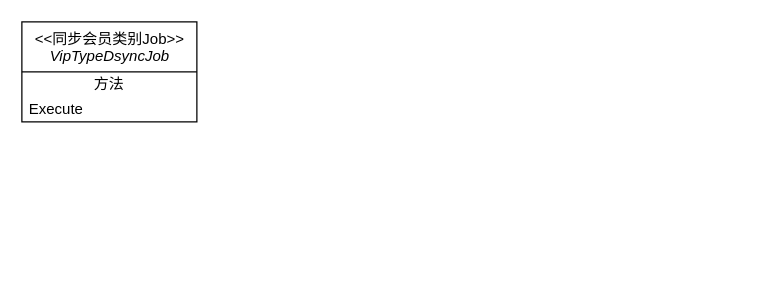
Above: Kemai/同步会员类别.drawio in noobwu/diagrams (draw.io), before the change. Source tidied: cells renumbered, new cells numbered last; positions are measured from the earlier drawing's top-left corner, leaving out a move shared by most shapes. Both pictures are drawn from the tidied source at 125%, with x=0, y=0 at pixel (21, 21).
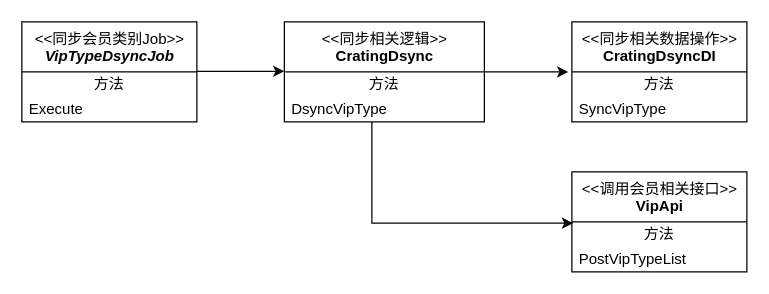
The same page after the edit.

Commit message (it also covers changes not shown here):
更新同步会员类别.drawio

The edit, as a diff of the source:
```diff
@@
-    <mxCell id="2" value="&amp;lt;&amp;lt;同步会员类别Job&amp;gt;&amp;gt;&lt;br&gt;&lt;span style=&quot;font-style: italic&quot;&gt;VipTypeDsyncJob&lt;/span&gt;" style="swimlane;fontStyle=0;align=center;verticalAlign=top;horizontal=1;startSize=40;html=1;" parent="1" vertex="1">
+    <mxCell id="2" value="&amp;lt;&amp;lt;同步会员类别Job&amp;gt;&amp;gt;&lt;br&gt;&lt;span style=&quot;font-style: italic&quot;&gt;&lt;b&gt;VipTypeDsyncJob&lt;/b&gt;&lt;/span&gt;" style="swimlane;fontStyle=0;align=center;verticalAlign=top;horizontal=1;startSize=40;html=1;" parent="1" vertex="1">
       <mxGeometry width="140" height="80" as="geometry" />
     </mxCell>
@@
+    <mxCell id="5" value="&amp;lt;&amp;lt;同步相关逻辑&amp;gt;&amp;gt;&lt;br&gt;&lt;b&gt;CratingDsync&lt;/b&gt;" style="swimlane;fontStyle=0;align=center;verticalAlign=top;horizontal=1;startSize=40;html=1;" parent="1" vertex="1">
+      <mxGeometry x="210" width="160" height="80" as="geometry" />
+    </mxCell>
+    <mxCell id="6" value="方法" style="text;html=1;strokeColor=none;fillColor=none;align=center;verticalAlign=middle;spacingLeft=4;spacingRight=4;overflow=hidden;" parent="5" vertex="1">
+      <mxGeometry y="40" width="160" height="20" as="geometry" />
+    </mxCell>
+    <mxCell id="7" value="DsyncVipType" style="text;html=1;strokeColor=none;fillColor=none;align=left;verticalAlign=middle;spacingLeft=4;spacingRight=4;overflow=hidden;" parent="5" vertex="1">
+      <mxGeometry y="60" width="160" height="20" as="geometry" />
+    </mxCell>
+    <mxCell id="8" style="edgeStyle=orthogonalEdgeStyle;rounded=0;orthogonalLoop=1;jettySize=auto;html=1;entryX=0;entryY=0.5;entryDx=0;entryDy=0;" parent="1" edge="1">
+      <mxGeometry relative="1" as="geometry">
+        <mxPoint x="140" y="39.5" as="sourcePoint" />
+        <mxPoint x="210" y="39.5" as="targetPoint" />
+      </mxGeometry>
+    </mxCell>
+    <mxCell id="9" value="&amp;lt;&amp;lt;同步相关数据操作&amp;gt;&amp;gt;&lt;br&gt;&lt;b&gt;CratingDsyncDI&lt;/b&gt;" style="swimlane;fontStyle=0;align=center;verticalAlign=top;horizontal=1;startSize=40;html=1;" parent="1" vertex="1">
+      <mxGeometry x="440" width="140" height="80" as="geometry" />
+    </mxCell>
+    <mxCell id="10" value="方法" style="text;html=1;strokeColor=none;fillColor=none;align=center;verticalAlign=middle;spacingLeft=4;spacingRight=4;overflow=hidden;" parent="9" vertex="1">
+      <mxGeometry y="40" width="140" height="20" as="geometry" />
+    </mxCell>
+    <mxCell id="11" value="SyncVipType" style="text;html=1;strokeColor=none;fillColor=none;align=left;verticalAlign=middle;spacingLeft=4;spacingRight=4;overflow=hidden;" parent="9" vertex="1">
+      <mxGeometry y="60" width="140" height="20" as="geometry" />
+    </mxCell>
+    <mxCell id="12" style="orthogonalLoop=1;jettySize=auto;html=1;entryX=-0.021;entryY=0.15;entryDx=0;entryDy=0;entryPerimeter=0;rounded=0;edgeStyle=elbowEdgeStyle;" parent="1" edge="1">
+      <mxGeometry relative="1" as="geometry">
+        <mxPoint x="370" y="40" as="sourcePoint" />
+        <mxPoint x="437.1" y="40" as="targetPoint" />
+        <Array as="points">
+          <mxPoint x="420" y="40" />
+          <mxPoint x="390" y="37" />
+        </Array>
+      </mxGeometry>
+    </mxCell>
+    <mxCell id="13" value="&amp;lt;&amp;lt;调用会员相关接口&amp;gt;&amp;gt;&lt;br&gt;&lt;b&gt;VipApi&lt;/b&gt;" style="swimlane;fontStyle=0;align=center;verticalAlign=top;horizontal=1;startSize=40;html=1;" parent="1" vertex="1">
+      <mxGeometry x="440" y="120" width="140" height="80" as="geometry" />
+    </mxCell>
+    <mxCell id="14" value="方法" style="text;html=1;strokeColor=none;fillColor=none;align=center;verticalAlign=middle;spacingLeft=4;spacingRight=4;overflow=hidden;points=[[0,0.5],[1,0.5]];portConstraint=eastwest;" parent="13" vertex="1">
+      <mxGeometry y="40" width="140" height="20" as="geometry" />
+    </mxCell>
+    <mxCell id="15" value="PostVipTypeList" style="text;html=1;strokeColor=none;fillColor=none;align=left;verticalAlign=middle;spacingLeft=4;spacingRight=4;overflow=hidden;" parent="13" vertex="1">
+      <mxGeometry y="60" width="140" height="20" as="geometry" />
+    </mxCell>
+    <mxCell id="16" style="edgeStyle=elbowEdgeStyle;rounded=0;jettySize=auto;html=1;entryX=0.007;entryY=0.05;entryDx=0;entryDy=0;entryPerimeter=0;strokeColor=#000000;" parent="1" edge="1" target="14">
+      <mxGeometry relative="1" as="geometry">
+        <mxPoint x="280" y="80" as="sourcePoint" />
+        <Array as="points">
+          <mxPoint x="280" y="150" />
+        </Array>
+      </mxGeometry>
+    </mxCell>
```
